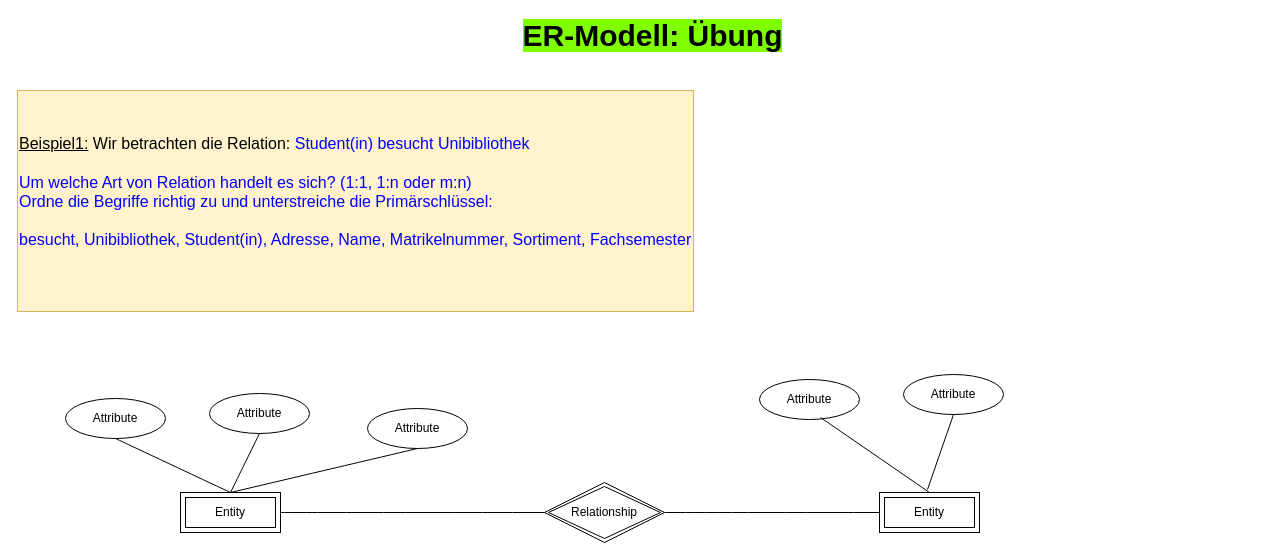
AlteMelberten/DRAWIO keeps this draw.io diagram as page "Student_UniBibliothek" (2 of 4) of ER-Modell_Beispiele.drawio. Above is the earlier version. Source tidied: cells renumbered, new cells numbered last; positions are measured from the earlier drawing's top-left corner, leaving out a move shared by most shapes. Both pictures are drawn from the tidied source at 100%, with x=0, y=0 at pixel (17, 20).
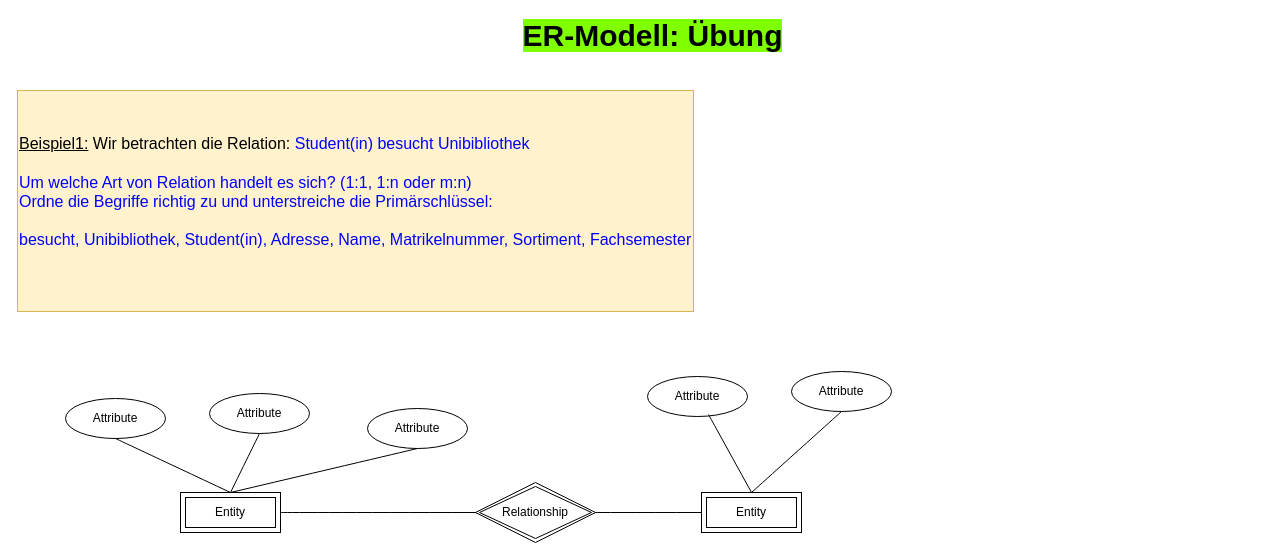
The same diagram, later.

What changed in the source:
```diff
@@
 <mxGraphModel>
   <root>
     <mxCell id="0" />
     <mxCell id="1" parent="0" />
     <mxCell id="2" value="&lt;font size=&quot;1&quot;&gt;&lt;b style=&quot;background-color: rgb(128, 255, 0); font-size: 30px;&quot;&gt;ER-Modell: Übung&lt;/b&gt;&lt;/font&gt;" style="text;html=1;align=center;verticalAlign=middle;whiteSpace=wrap;rounded=0;fontSize=16;" parent="1" vertex="1">
       <mxGeometry x="28" width="1215" height="30" as="geometry" />
     </mxCell>
     <mxCell id="3" value="&lt;div align=&quot;left&quot;&gt;&lt;u&gt;Beispiel1:&lt;/u&gt; Wir betrachten die Relation: &lt;font color=&quot;#0000ff&quot;&gt;Student(in) besucht Unibibliothek&lt;/font&gt;&lt;br&gt;&lt;/div&gt;&lt;div align=&quot;left&quot;&gt;&lt;br&gt;&lt;font color=&quot;#0000ff&quot;&gt;Um welche Art von Relation handelt es sich? (1:1, 1:n oder m:n)&lt;br&gt;Ordne die Begriffe richtig zu und unterstreiche die Primärschlüssel:&lt;br&gt;&lt;/font&gt;&lt;/div&gt;&lt;div align=&quot;left&quot;&gt;&lt;font color=&quot;#0000ff&quot;&gt;&lt;br&gt;&lt;/font&gt;&lt;/div&gt;&lt;div align=&quot;left&quot;&gt;&lt;font color=&quot;#0000ff&quot;&gt;besucht, Unibibliothek, Student(in), Adresse, Name, Matrikelnummer, Sortiment, Fachsemester&lt;br&gt;&lt;/font&gt;&lt;br&gt;&lt;/div&gt;" style="text;html=1;align=left;verticalAlign=middle;whiteSpace=wrap;rounded=0;fontSize=16;fillColor=#fff2cc;strokeColor=#d6b656;" parent="1" vertex="1">
       <mxGeometry y="70" width="676" height="221" as="geometry" />
     </mxCell>
     <mxCell id="4" value="Relationship" style="shape=rhombus;double=1;perimeter=rhombusPerimeter;whiteSpace=wrap;html=1;align=center;" parent="1" vertex="1">
-      <mxGeometry x="527" y="462" width="120" height="60" as="geometry" />
+      <mxGeometry x="458" y="462" width="120" height="60" as="geometry" />
     </mxCell>
     <mxCell id="5" value="Entity" style="shape=ext;margin=3;double=1;whiteSpace=wrap;html=1;align=center;" parent="1" vertex="1">
       <mxGeometry x="163" y="472" width="100" height="40" as="geometry" />
     </mxCell>
     <mxCell id="6" value="Entity" style="shape=ext;margin=3;double=1;whiteSpace=wrap;html=1;align=center;" parent="1" vertex="1">
-      <mxGeometry x="862" y="472" width="100" height="40" as="geometry" />
+      <mxGeometry x="684" y="472" width="100" height="40" as="geometry" />
     </mxCell>
     <mxCell id="7" value="Attribute" style="ellipse;whiteSpace=wrap;html=1;align=center;" parent="1" vertex="1">
       <mxGeometry x="48" y="378" width="100" height="40" as="geometry" />
     </mxCell>
     <mxCell id="8" value="Attribute" style="ellipse;whiteSpace=wrap;html=1;align=center;" parent="1" vertex="1">
       <mxGeometry x="192" y="373" width="100" height="40" as="geometry" />
     </mxCell>
     <mxCell id="9" value="Attribute" style="ellipse;whiteSpace=wrap;html=1;align=center;" parent="1" vertex="1">
       <mxGeometry x="350" y="388" width="100" height="40" as="geometry" />
     </mxCell>
     <mxCell id="10" value="Attribute" style="ellipse;whiteSpace=wrap;html=1;align=center;" parent="1" vertex="1">
-      <mxGeometry x="742" y="359" width="100" height="40" as="geometry" />
+      <mxGeometry x="630" y="356" width="100" height="40" as="geometry" />
     </mxCell>
     <mxCell id="11" value="Attribute" style="ellipse;whiteSpace=wrap;html=1;align=center;" parent="1" vertex="1">
-      <mxGeometry x="886" y="354" width="100" height="40" as="geometry" />
+      <mxGeometry x="774" y="351" width="100" height="40" as="geometry" />
     </mxCell>
     <mxCell id="12" style="endArrow=none;html=1;rounded=0;fontSize=12;startSize=8;endSize=8;curved=1;exitX=0.5;exitY=1;exitDx=0;exitDy=0;entryX=0.5;entryY=0;entryDx=0;entryDy=0;" parent="1" edge="1" source="8" target="5">
       <mxGeometry relative="1" as="geometry" />
     </mxCell>
     <mxCell id="13" style="endArrow=none;html=1;rounded=0;fontSize=12;startSize=8;endSize=8;curved=1;entryX=0;entryY=0.5;entryDx=0;entryDy=0;exitX=1;exitY=0.5;exitDx=0;exitDy=0;" parent="1" edge="1" source="5" target="4">
       <mxGeometry relative="1" as="geometry" />
     </mxCell>
     <mxCell id="14" style="endArrow=none;html=1;rounded=0;fontSize=12;startSize=8;endSize=8;curved=1;exitX=1;exitY=0.5;exitDx=0;exitDy=0;entryX=0;entryY=0.5;entryDx=0;entryDy=0;" parent="1" edge="1" source="4" target="6">
       <mxGeometry relative="1" as="geometry" />
     </mxCell>
     <mxCell id="15" style="endArrow=none;html=1;rounded=0;fontSize=12;startSize=8;endSize=8;curved=1;entryX=0.5;entryY=0;entryDx=0;entryDy=0;exitX=0.5;exitY=1;exitDx=0;exitDy=0;" parent="1" edge="1" source="7" target="5">
       <mxGeometry relative="1" as="geometry" />
     </mxCell>
     <mxCell id="16" style="endArrow=none;html=1;rounded=0;fontSize=12;startSize=8;endSize=8;curved=1;entryX=0.5;entryY=0;entryDx=0;entryDy=0;exitX=0.61;exitY=0.95;exitDx=0;exitDy=0;exitPerimeter=0;" parent="1" edge="1" source="10" target="6">
       <mxGeometry relative="1" as="geometry" />
     </mxCell>
     <mxCell id="17" style="endArrow=none;html=1;rounded=0;fontSize=12;startSize=8;endSize=8;curved=1;exitX=0.5;exitY=1;exitDx=0;exitDy=0;entryX=0.5;entryY=0;entryDx=0;entryDy=0;" parent="1" edge="1" source="9" target="5">
       <mxGeometry relative="1" as="geometry" />
     </mxCell>
-    <mxCell id="18" style="endArrow=none;html=1;rounded=0;fontSize=12;startSize=8;endSize=8;curved=1;exitX=0.5;exitY=1;exitDx=0;exitDy=0;" parent="1" edge="1" source="11">
-      <mxGeometry relative="1" as="geometry">
-        <mxPoint x="910" y="469" as="targetPoint" />
-      </mxGeometry>
+    <mxCell id="18" style="endArrow=none;html=1;rounded=0;fontSize=12;startSize=8;endSize=8;curved=1;exitX=0.5;exitY=1;exitDx=0;exitDy=0;entryX=0.5;entryY=0;entryDx=0;entryDy=0;" parent="1" edge="1" source="11" target="6">
+      <mxGeometry relative="1" as="geometry" />
     </mxCell>
   </root>
 </mxGraphModel>
```
